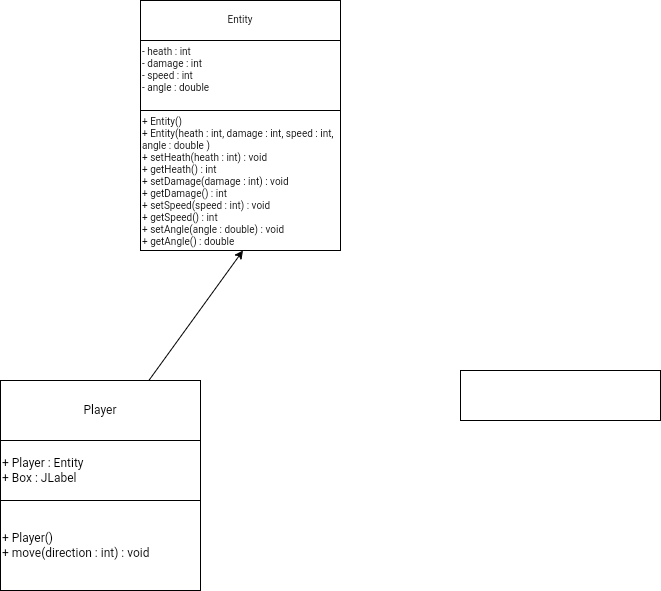
Above: Guides/Class Diagram.drawio.png in Anh39/Bomberman (draw.io), before the change. Source tidied: cells renumbered, new cells last; positions are measured from the earlier drawing's top-left corner, leaving out a move shared by most shapes.
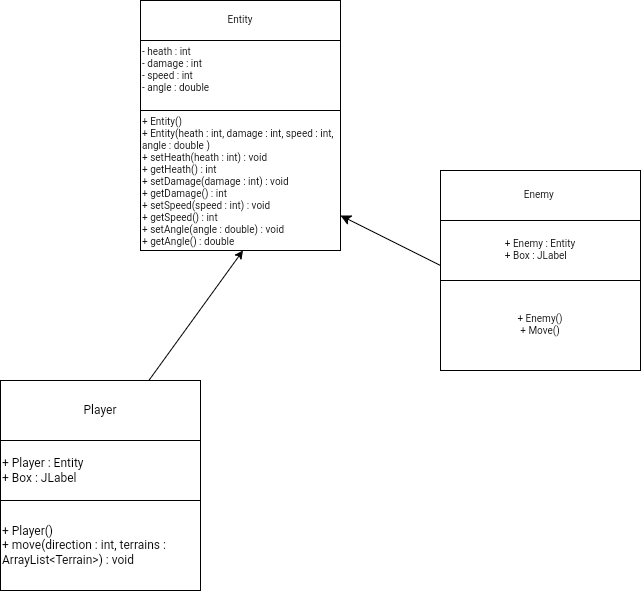
Above is the later version.

Diff of the diagram source:
```diff
@@ -2,6 +2,9 @@
   <root>
     <mxCell id="0" />
     <mxCell id="1" parent="0" />
+    <mxCell id="6" style="rounded=0;whiteSpace=wrap;html=1;" parent="1" vertex="1">
+      <mxGeometry x="440" y="170" width="200" height="200" as="geometry" />
+    </mxCell>
     <mxCell id="2" style="endArrow=classic;html=1;rounded=0;exitX=0.5;exitY=0;exitDx=0;exitDy=0;entryX=0.49;entryY=1.01;entryDx=0;entryDy=0;entryPerimeter=0;" parent="1" edge="1">
       <mxGeometry relative="1" as="geometry">
         <mxPoint x="140" y="391.5" as="sourcePoint" />
@@ -9,7 +12,7 @@
       </mxGeometry>
     </mxCell>
     <mxCell id="3" style="rounded=0;whiteSpace=wrap;html=1;" parent="1" vertex="1">
-      <mxGeometry y="380" width="200" height="210" as="geometry" />
+      <mxGeometry y="400" width="200" height="190" as="geometry" />
     </mxCell>
     <mxCell id="4" value="Player" style="rounded=0;whiteSpace=wrap;html=1;" parent="1" vertex="1">
       <mxGeometry y="380" width="200" height="60" as="geometry" />
@@ -17,10 +20,7 @@
     <mxCell id="5" value="+ Player : Entity&lt;br&gt;+ Box : JLabel" style="rounded=0;whiteSpace=wrap;html=1;align=left;" parent="1" vertex="1">
       <mxGeometry y="440" width="200" height="60" as="geometry" />
     </mxCell>
-    <mxCell id="6" style="rounded=0;whiteSpace=wrap;html=1;" parent="1" vertex="1">
-      <mxGeometry x="460" y="370" width="200" height="50" as="geometry" />
-    </mxCell>
-    <mxCell id="7" value="+ Player()&lt;br&gt;+ move(direction : int) : void" style="rounded=0;whiteSpace=wrap;html=1;align=left;" parent="1" vertex="1">
+    <mxCell id="7" value="+ Player()&lt;br&gt;+ move(direction : int, terrains : ArrayList&amp;lt;Terrain&amp;gt;) : void" style="rounded=0;whiteSpace=wrap;html=1;align=left;" parent="1" vertex="1">
       <mxGeometry y="500" width="200" height="90" as="geometry" />
     </mxCell>
     <mxCell id="8" style="rounded=0;whiteSpace=wrap;html=1;fontSize=10;" parent="1" vertex="1">
@@ -35,5 +35,17 @@
     <mxCell id="11" value="- heath : int&lt;br&gt;- damage : int&lt;br&gt;- speed : int&lt;br&gt;&lt;div style=&quot;&quot;&gt;&lt;span style=&quot;background-color: initial;&quot;&gt;- angle : double&amp;nbsp;&lt;/span&gt;&lt;/div&gt;" style="rounded=0;whiteSpace=wrap;html=1;fontSize=10;align=left;verticalAlign=top;" parent="1" vertex="1">
       <mxGeometry x="140" y="40" width="200" height="70" as="geometry" />
     </mxCell>
+    <mxCell id="12" value="+ Enemy : Entity&lt;br&gt;&lt;div style=&quot;text-align: left;&quot;&gt;&lt;span style=&quot;background-color: initial;&quot;&gt;+ Box : JLabel&lt;/span&gt;&lt;/div&gt;" style="rounded=0;whiteSpace=wrap;html=1;fontSize=10;" parent="1" vertex="1">
+      <mxGeometry x="440" y="220" width="200" height="60" as="geometry" />
+    </mxCell>
+    <mxCell id="13" value="+ Enemy()&lt;br&gt;+ Move()" style="rounded=0;whiteSpace=wrap;html=1;fontSize=10;" parent="1" vertex="1">
+      <mxGeometry x="440" y="280" width="200" height="90" as="geometry" />
+    </mxCell>
+    <mxCell id="14" style="endArrow=classic;html=1;rounded=0;fontSize=10;startSize=8;endSize=8;curved=1;entryX=1;entryY=0.75;entryDx=0;entryDy=0;exitX=0;exitY=0.75;exitDx=0;exitDy=0;" parent="1" edge="1" source="12" target="10">
+      <mxGeometry relative="1" as="geometry" />
+    </mxCell>
+    <mxCell id="15" value="Enemy&amp;nbsp;" style="rounded=0;whiteSpace=wrap;html=1;fontSize=10;" parent="1" vertex="1">
+      <mxGeometry x="440" y="170" width="200" height="50" as="geometry" />
+    </mxCell>
   </root>
 </mxGraphModel>
```
